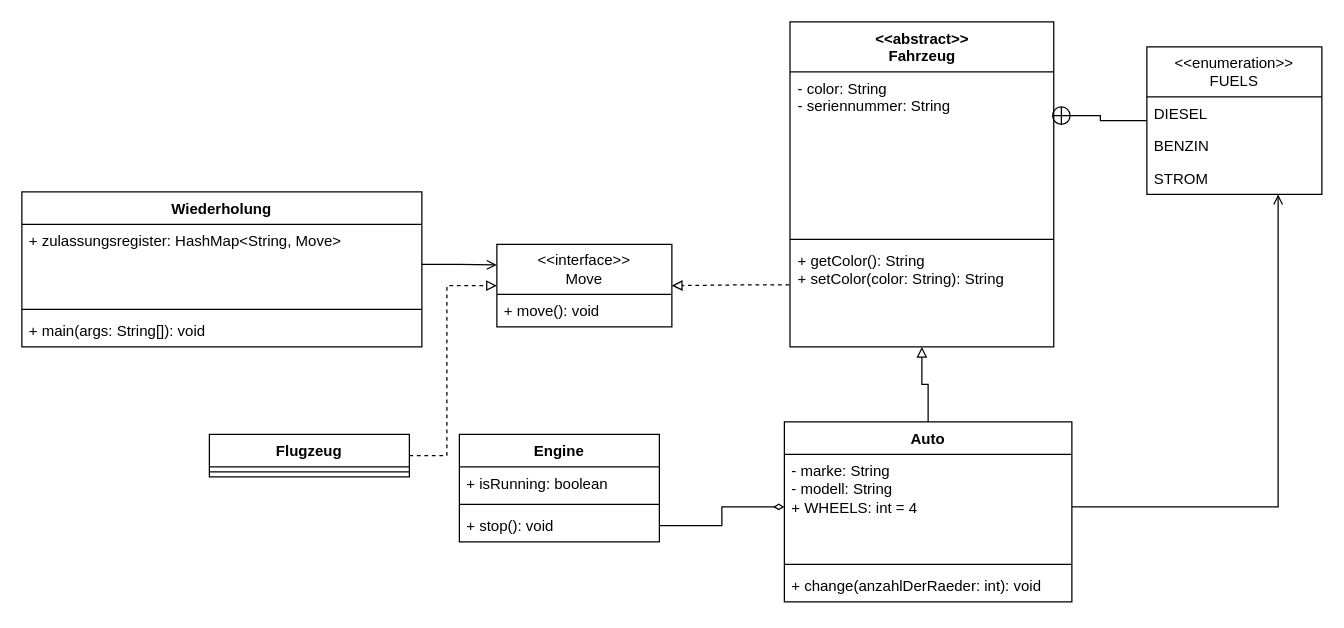
The draw.io diagram src/marcelsimma/week17_zoo/Wiederholung/20240120_uml_diagram.drawio in zewas-digital/dc-coding-parttime-23, before the edit. Source tidied: cells renumbered, new cells numbered last; positions are measured from the earlier drawing's top-left corner, leaving out a move shared by most shapes. Both pictures are drawn from the tidied source at 125%, with x=0, y=0 at pixel (21, 21).
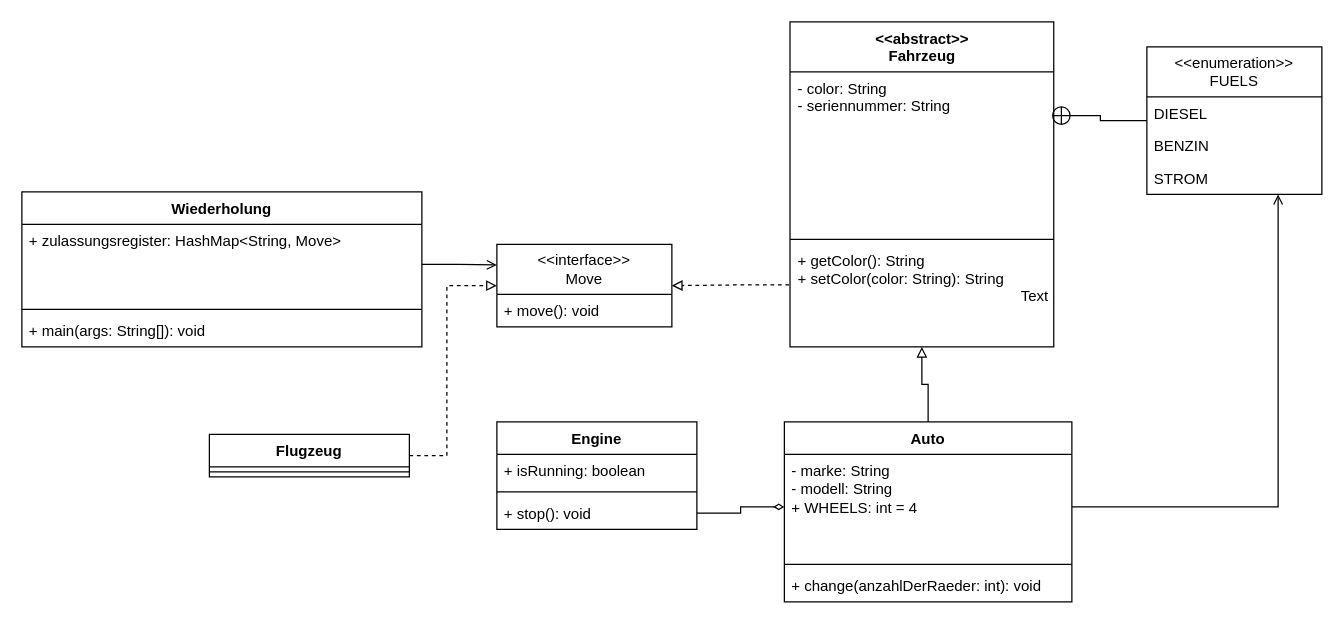
After the change.

Change to the diagram source:
```diff
@@
     <mxCell id="18" value="Engine" style="swimlane;fontStyle=1;align=center;verticalAlign=top;horizontal=1;startSize=26;whiteSpace=wrap;html=1;" parent="1" vertex="1">
-      <mxGeometry x="350" y="330" width="160" height="86" as="geometry" />
+      <mxGeometry x="380" y="320" width="160" height="86" as="geometry" />
     </mxCell>
@@
+    <mxCell id="33" value="Text" style="text;html=1;align=center;verticalAlign=middle;fillColor=none;strokeColor=none;rounded=0;" parent="1" vertex="1">
+      <mxGeometry x="785" y="205" width="50" height="30" as="geometry" />
+    </mxCell>
```
